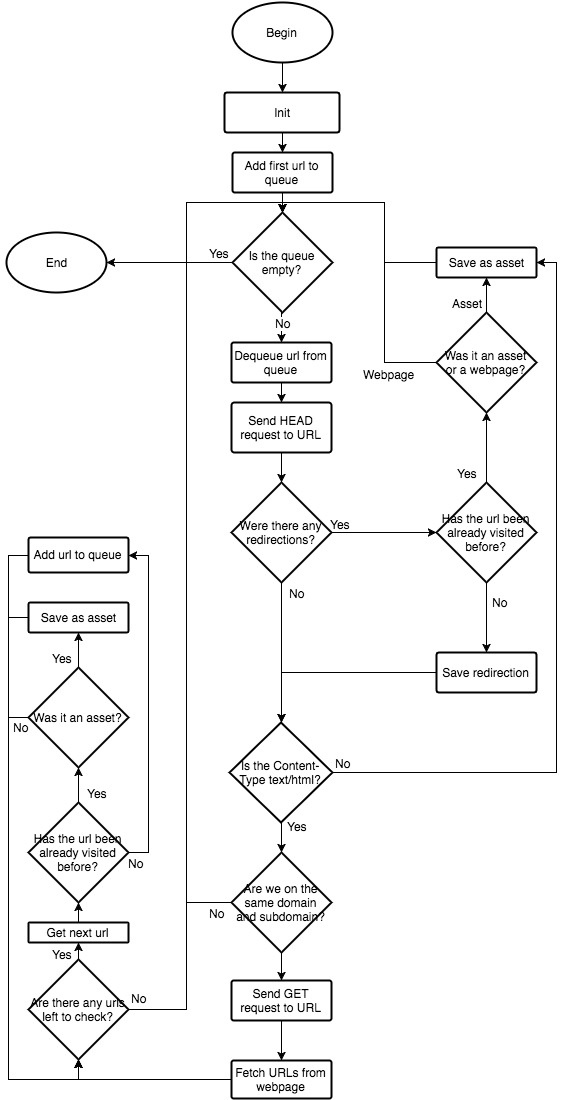
The draw.io diagram flowchart.png in aronpammer/WebCrawler, before a commit. Source tidied: cells renumbered, new cells last; positions are measured from the earlier drawing's top-left corner, leaving out a move shared by most shapes.
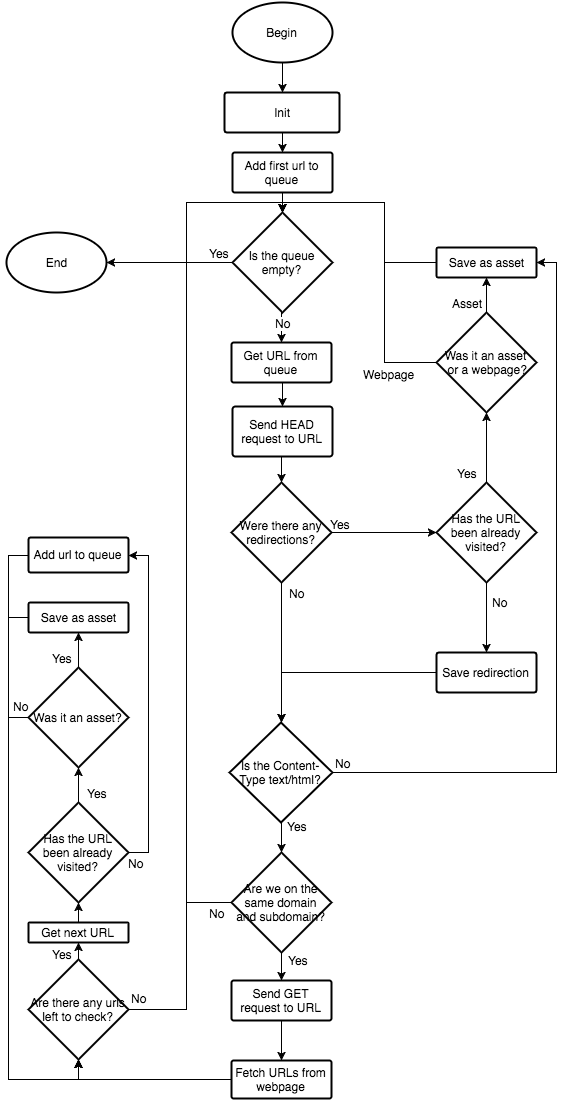
Later version of the same file.

Diff of the diagram source:
```diff
@@ -18,12 +18,12 @@
       <mxGeometry relative="1" as="geometry" />
     </mxCell>
     <mxCell id="7" value="Send HEAD request to URL" style="strokeWidth=2;html=1;shape=mxgraph.flowchart.process;whiteSpace=wrap;" parent="1" vertex="1">
-      <mxGeometry x="225" y="400" width="100" height="50" as="geometry" />
+      <mxGeometry x="226" y="404" width="100" height="50" as="geometry" />
     </mxCell>
     <mxCell id="8" style="edgeStyle=orthogonalEdgeStyle;rounded=0;html=1;exitX=0.5;exitY=1;exitPerimeter=0;entryX=0.5;entryY=0;entryPerimeter=0;jettySize=auto;" parent="1" edge="1" source="9" target="7">
       <mxGeometry relative="1" as="geometry" />
     </mxCell>
-    <mxCell id="9" value="Dequeue url from queue" style="strokeWidth=2;html=1;shape=mxgraph.flowchart.process;whiteSpace=wrap;" parent="1" vertex="1">
+    <mxCell id="9" value="Get URL from queue" style="strokeWidth=2;html=1;shape=mxgraph.flowchart.process;whiteSpace=wrap;" parent="1" vertex="1">
       <mxGeometry x="225" y="340" width="100" height="40" as="geometry" />
     </mxCell>
     <mxCell id="10" style="edgeStyle=orthogonalEdgeStyle;rounded=0;html=1;exitX=1;exitY=0.5;exitPerimeter=0;entryX=1;entryY=0.5;entryPerimeter=0;jettySize=auto;" parent="1" edge="1" source="14" target="28">
@@ -86,7 +86,7 @@
         <mxPoint x="7" y="-9" as="offset" />
       </mxGeometry>
     </mxCell>
-    <mxCell id="26" value="Has the url been already visited before?" style="strokeWidth=2;html=1;shape=mxgraph.flowchart.decision;whiteSpace=wrap;" parent="1" vertex="1">
+    <mxCell id="26" value="Has the URL been already visited?" style="strokeWidth=2;html=1;shape=mxgraph.flowchart.decision;whiteSpace=wrap;" parent="1" vertex="1">
       <mxGeometry x="430" y="480" width="100" height="100" as="geometry" />
     </mxCell>
     <mxCell id="27" style="edgeStyle=orthogonalEdgeStyle;rounded=0;html=1;exitX=0;exitY=0.5;exitPerimeter=0;entryX=0.5;entryY=0;entryPerimeter=0;jettySize=auto;" parent="1" edge="1" source="28" target="42">
@@ -123,12 +123,17 @@
         <mxPoint x="3" y="11" as="offset" />
       </mxGeometry>
     </mxCell>
-    <mxCell id="33" value="Was it an asset or a webpage?" style="strokeWidth=2;html=1;shape=mxgraph.flowchart.decision;whiteSpace=wrap;" parent="1" vertex="1">
+    <mxCell id="33" value="Was it an asset &amp;nbsp;or a webpage?" style="strokeWidth=2;html=1;shape=mxgraph.flowchart.decision;whiteSpace=wrap;" parent="1" vertex="1">
       <mxGeometry x="430" y="310" width="100" height="100" as="geometry" />
     </mxCell>
     <mxCell id="34" style="edgeStyle=orthogonalEdgeStyle;rounded=0;html=1;exitX=0.5;exitY=1;exitPerimeter=0;jettySize=auto;" parent="1" edge="1" source="37" target="44">
       <mxGeometry relative="1" as="geometry" />
     </mxCell>
+    <mxCell id="72" value="Yes" style="text;html=1;align=center;verticalAlign=middle;labelBackgroundColor=#ffffff;" parent="34" vertex="1">
+      <mxGeometry x="0.23" y="-5" relative="1" as="geometry">
+        <mxPoint x="21" y="-1" as="offset" />
+      </mxGeometry>
+    </mxCell>
     <mxCell id="35" style="edgeStyle=orthogonalEdgeStyle;rounded=0;html=1;exitX=0;exitY=0.5;exitPerimeter=0;entryX=0.5;entryY=0;entryPerimeter=0;jettySize=auto;" parent="1" edge="1" source="37" target="42">
       <mxGeometry relative="1" as="geometry">
         <Array as="points">
@@ -183,7 +188,7 @@
     <mxCell id="48" style="edgeStyle=orthogonalEdgeStyle;rounded=0;html=1;exitX=0.5;exitY=0;exitPerimeter=0;jettySize=auto;entryX=0.5;entryY=1;entryPerimeter=0;" parent="1" edge="1" source="49" target="54">
       <mxGeometry relative="1" as="geometry" />
     </mxCell>
-    <mxCell id="49" value="Get next url" style="strokeWidth=2;html=1;shape=mxgraph.flowchart.process;whiteSpace=wrap;" parent="1" vertex="1">
+    <mxCell id="49" value="Get next URL" style="strokeWidth=2;html=1;shape=mxgraph.flowchart.process;whiteSpace=wrap;" parent="1" vertex="1">
       <mxGeometry x="22" y="920" width="100" height="20" as="geometry" />
     </mxCell>
     <mxCell id="50" style="edgeStyle=orthogonalEdgeStyle;rounded=0;html=1;exitX=0.5;exitY=0;exitPerimeter=0;entryX=0.5;entryY=1;entryPerimeter=0;jettySize=auto;" parent="1" edge="1" source="54" target="61">
@@ -207,7 +212,7 @@
         <mxPoint x="-1" y="7" as="offset" />
       </mxGeometry>
     </mxCell>
-    <mxCell id="54" value="Has the url been already visited before?" style="strokeWidth=2;html=1;shape=mxgraph.flowchart.decision;whiteSpace=wrap;" parent="1" vertex="1">
+    <mxCell id="54" value="Has the URL been already visited?" style="strokeWidth=2;html=1;shape=mxgraph.flowchart.decision;whiteSpace=wrap;" parent="1" vertex="1">
       <mxGeometry x="22" y="800" width="100" height="100" as="geometry" />
     </mxCell>
     <mxCell id="55" style="edgeStyle=orthogonalEdgeStyle;rounded=0;html=1;exitX=0;exitY=0.5;exitPerimeter=0;entryX=0.5;entryY=1;entryPerimeter=0;jettySize=auto;" parent="1" edge="1" source="56" target="66">
@@ -229,7 +234,7 @@
     </mxCell>
     <mxCell id="60" value="No" style="text;html=1;align=center;verticalAlign=middle;labelBackgroundColor=#ffffff;" parent="59" vertex="1">
       <mxGeometry x="-0.96" relative="1" as="geometry">
-        <mxPoint x="2" y="9" as="offset" />
+        <mxPoint x="2" y="-12" as="offset" />
       </mxGeometry>
     </mxCell>
     <mxCell id="61" value="Was it an asset?" style="strokeWidth=2;html=1;shape=mxgraph.flowchart.decision;whiteSpace=wrap;" parent="1" vertex="1">
```
